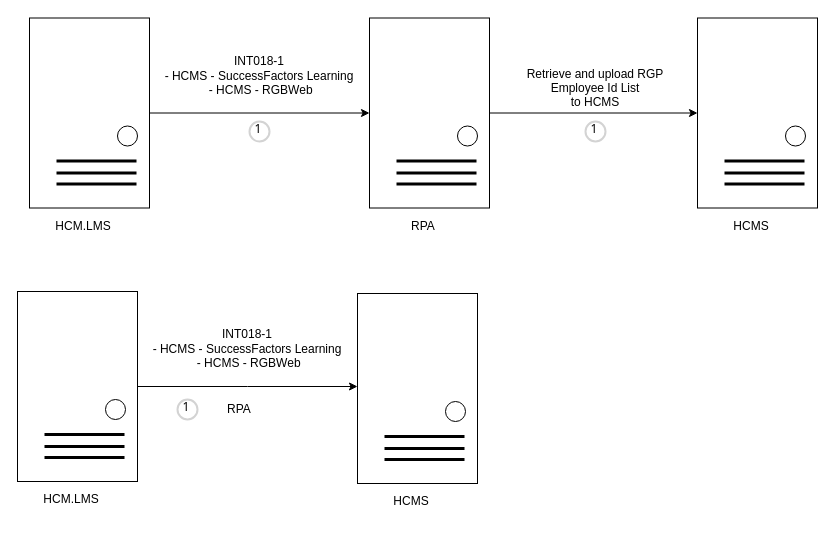
Above: page "HCMS" (3 of 9) of Untitled Diagram.drawio in wsxad234/flowchart (draw.io), before the change. Source tidied: cells renumbered, new cells numbered last; positions are measured from the earlier drawing's top-left corner, leaving out a move shared by most shapes. Both pictures are drawn from the tidied source at 100%, with x=0, y=0 at pixel (17, 17).
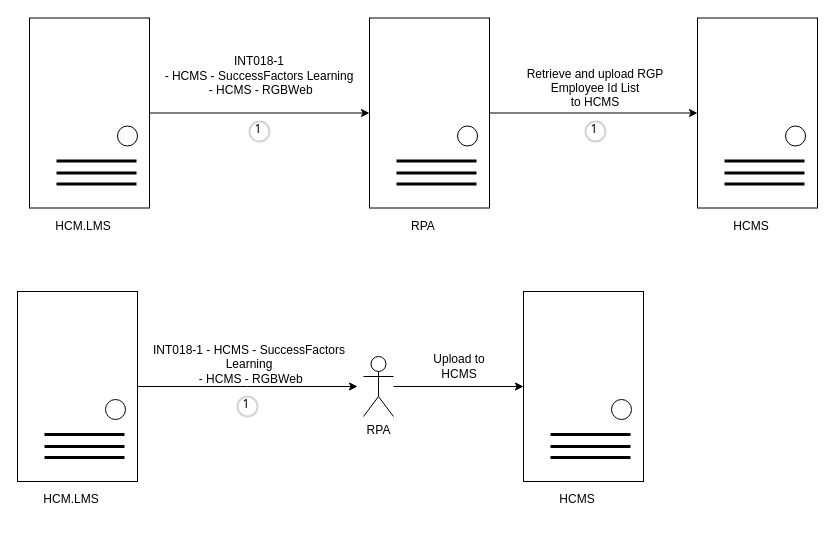
After the change.

Diff of the diagram source:
```diff
@@
     <mxCell id="33" style="rounded=0;whiteSpace=wrap;html=1;" parent="1" vertex="1">
-      <mxGeometry x="340" y="276" width="120" height="190" as="geometry" />
+      <mxGeometry x="506" y="274" width="120" height="190" as="geometry" />
     </mxCell>
     <mxCell id="34" style="ellipse;whiteSpace=wrap;html=1;direction=south;" parent="1" vertex="1">
-      <mxGeometry x="428" y="384" width="20" height="20" as="geometry" />
+      <mxGeometry x="594" y="382" width="20" height="20" as="geometry" />
     </mxCell>
     <mxCell id="35" value="HCMS" style="text;html=1;strokeColor=none;fillColor=none;align=center;verticalAlign=middle;whiteSpace=wrap;rounded=0;" parent="1" vertex="1">
-      <mxGeometry x="364" y="469" width="60" height="30" as="geometry" />
+      <mxGeometry x="530" y="467" width="60" height="30" as="geometry" />
     </mxCell>
     <mxCell id="36" style="endArrow=none;html=1;rounded=0;align=center;strokeWidth=3;" parent="1" edge="1">
       <mxGeometry relative="1" as="geometry">
-        <mxPoint x="367" y="419" as="sourcePoint" />
-        <mxPoint x="447" y="419" as="targetPoint" />
+        <mxPoint x="533" y="417" as="sourcePoint" />
+        <mxPoint x="613" y="417" as="targetPoint" />
       </mxGeometry>
     </mxCell>
     <mxCell id="37" style="endArrow=none;html=1;rounded=0;align=center;strokeWidth=3;" parent="1" edge="1">
       <mxGeometry relative="1" as="geometry">
-        <mxPoint x="367" y="431" as="sourcePoint" />
-        <mxPoint x="447" y="431" as="targetPoint" />
+        <mxPoint x="533" y="429" as="sourcePoint" />
+        <mxPoint x="613" y="429" as="targetPoint" />
       </mxGeometry>
     </mxCell>
     <mxCell id="38" style="endArrow=none;html=1;rounded=0;align=center;strokeWidth=3;" parent="1" edge="1">
       <mxGeometry relative="1" as="geometry">
-        <mxPoint x="367" y="442" as="sourcePoint" />
-        <mxPoint x="447" y="442" as="targetPoint" />
+        <mxPoint x="533" y="440" as="sourcePoint" />
+        <mxPoint x="613" y="440" as="targetPoint" />
       </mxGeometry>
     </mxCell>
-    <mxCell id="39" value="&lt;br&gt;&lt;table style=&quot;border-collapse:&lt;br/&gt; collapse;width:305pt&quot; width=&quot;406&quot; cellspacing=&quot;0&quot; cellpadding=&quot;0&quot; border=&quot;0&quot;&gt;&lt;tbody&gt;&lt;tr style=&quot;height:14.4pt&quot; height=&quot;19&quot;&gt;  &lt;td style=&quot;height:14.4pt;width:305pt&quot; width=&quot;406&quot; class=&quot;xl66&quot; height=&quot;19&quot;&gt;INT018-1&lt;br&gt;  - HCMS - SuccessFactors Learning&lt;br&gt;&amp;nbsp;- HCMS - RGBWeb&lt;/td&gt;&lt;/tr&gt;&lt;/tbody&gt;&lt;/table&gt;" style="text;html=1;strokeColor=none;fillColor=none;align=center;verticalAlign=middle;whiteSpace=wrap;rounded=0;" parent="1" vertex="1">
-      <mxGeometry x="160" y="274" width="140" height="100" as="geometry" />
-    </mxCell>
     <mxCell id="40" value="1" style="ellipse;whiteSpace=wrap;html=1;strokeWidth=2;fontFamily=Tahoma;spacingBottom=4;spacingRight=2;strokeColor=#d3d3d3;" parent="1" vertex="1">
-      <mxGeometry x="160" y="382" width="20" height="20" as="geometry" />
+      <mxGeometry x="220" y="379" width="20" height="20" as="geometry" />
     </mxCell>
+    <mxCell id="42" style="edgeStyle=orthogonalEdgeStyle;rounded=0;jettySize=auto;html=1;entryX=0;entryY=0.5;entryDx=0;entryDy=0;" parent="1" edge="1" source="41" target="33">
+      <mxGeometry relative="1" as="geometry" />
+    </mxCell>
-    <mxCell id="41" value="RPA" style="text;html=1;strokeColor=none;fillColor=none;align=center;verticalAlign=middle;whiteSpace=wrap;rounded=0;" parent="1" vertex="1">
-      <mxGeometry x="192" y="377" width="60" height="30" as="geometry" />
+    <mxCell id="41" value="RPA" style="shape=umlActor;verticalLabelPosition=bottom;verticalAlign=top;html=1;outlineConnect=0;" parent="1" vertex="1">
+      <mxGeometry x="346" y="339" width="30" height="60" as="geometry" />
     </mxCell>
+    <mxCell id="43" value="Upload to HCMS" style="text;html=1;strokeColor=none;fillColor=none;align=center;verticalAlign=middle;whiteSpace=wrap;rounded=0;" parent="1" vertex="1">
+      <mxGeometry x="412" y="334" width="60" height="30" as="geometry" />
+    </mxCell>
+    <mxCell id="44" value="INT018-1 - HCMS - SuccessFactors Learning&lt;br style=&quot;border-color: var(--border-color);&quot;&gt;&amp;nbsp;- HCMS - RGBWeb" style="text;html=1;strokeColor=none;fillColor=none;align=center;verticalAlign=middle;whiteSpace=wrap;rounded=0;" parent="1" vertex="1">
+      <mxGeometry x="132" y="332" width="200" height="30" as="geometry" />
+    </mxCell>
```
